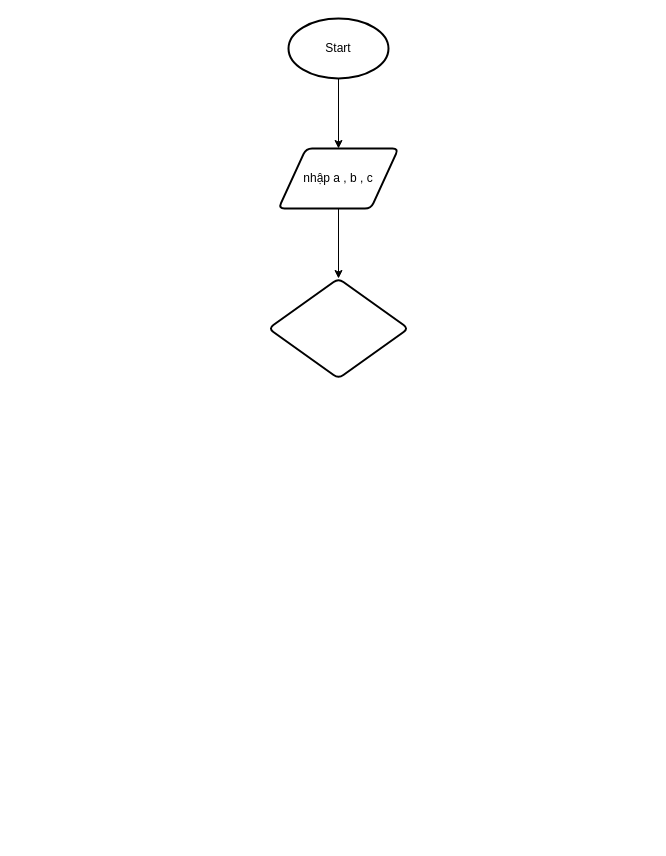
Earlier version of the draw.io diagram Session 1/Bài 7.drawio (asmr789/L-p-tri-nh-C). Source tidied: cells renumbered, new cells numbered last; positions are measured from the earlier drawing's top-left corner, leaving out a move shared by most shapes. Both pictures are drawn from the tidied source at 100%, with x=0, y=0 at pixel (268, 18).
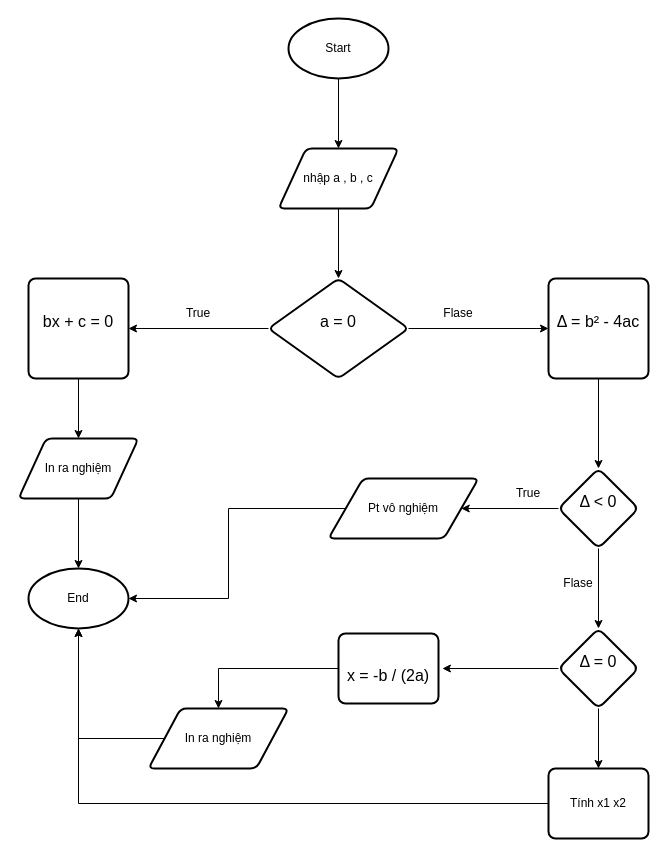
The same page after the edit.

What changed in the source:
```diff
@@
+    <mxCell id="7" style="edgeStyle=orthogonalEdgeStyle;rounded=0;jettySize=auto;html=1;entryX=1;entryY=0.5;entryDx=0;entryDy=0;" parent="1" edge="1" source="6" target="10">
+      <mxGeometry relative="1" as="geometry" />
+    </mxCell>
+    <mxCell id="8" style="edgeStyle=orthogonalEdgeStyle;rounded=0;jettySize=auto;html=1;" parent="1" edge="1" source="6" target="13">
+      <mxGeometry relative="1" as="geometry" />
+    </mxCell>
-    <mxCell id="6" style="rhombus;whiteSpace=wrap;html=1;strokeWidth=2;rounded=1;arcSize=12;" parent="1" vertex="1">
+    <mxCell id="6" value="&#10;&lt;span style=&quot;color: rgb(0, 0, 0); font-family: Arial, sans-serif; font-size: 16px; font-style: normal; font-variant-ligatures: normal; font-variant-caps: normal; font-weight: 400; letter-spacing: normal; orphans: 2; text-align: start; text-indent: 0px; text-transform: none; widows: 2; word-spacing: 0px; -webkit-text-stroke-width: 0px; white-space: pre-wrap; background-color: rgb(255, 255, 255); text-decoration-thickness: initial; text-decoration-style: initial; text-decoration-color: initial; display: inline !important; float: none;&quot;&gt;a = 0&lt;/span&gt;&#10;&#10;" style="rhombus;whiteSpace=wrap;html=1;strokeWidth=2;rounded=1;arcSize=12;" parent="1" vertex="1">
       <mxGeometry y="260" width="140" height="100" as="geometry" />
     </mxCell>
+    <mxCell id="9" style="edgeStyle=orthogonalEdgeStyle;rounded=0;jettySize=auto;html=1;" parent="1" edge="1" source="10" target="27">
+      <mxGeometry relative="1" as="geometry" />
+    </mxCell>
+    <mxCell id="10" value="&#10;&lt;span style=&quot;color: rgb(0, 0, 0); font-family: Arial, sans-serif; font-size: 16px; font-style: normal; font-variant-ligatures: normal; font-variant-caps: normal; font-weight: 400; letter-spacing: normal; orphans: 2; text-align: start; text-indent: 0px; text-transform: none; widows: 2; word-spacing: 0px; -webkit-text-stroke-width: 0px; white-space: pre-wrap; background-color: rgb(255, 255, 255); text-decoration-thickness: initial; text-decoration-style: initial; text-decoration-color: initial; display: inline !important; float: none;&quot;&gt;bx + c = 0&lt;/span&gt;&#10;&#10;" style="rounded=1;whiteSpace=wrap;html=1;absoluteArcSize=1;arcSize=14;strokeWidth=2;" parent="1" vertex="1">
+      <mxGeometry x="-240" y="260" width="100" height="100" as="geometry" />
+    </mxCell>
+    <mxCell id="11" value="True" style="text;html=1;align=center;verticalAlign=middle;whiteSpace=wrap;rounded=0;" parent="1" vertex="1">
+      <mxGeometry x="-100" y="280" width="60" height="30" as="geometry" />
+    </mxCell>
+    <mxCell id="12" style="edgeStyle=orthogonalEdgeStyle;rounded=0;jettySize=auto;html=1;" parent="1" edge="1" source="13" target="17">
+      <mxGeometry relative="1" as="geometry" />
+    </mxCell>
+    <mxCell id="13" value="&#10;&lt;span style=&quot;color: rgb(0, 0, 0); font-family: Arial, sans-serif; font-size: 16px; font-style: normal; font-variant-ligatures: normal; font-variant-caps: normal; font-weight: 400; letter-spacing: normal; orphans: 2; text-align: start; text-indent: 0px; text-transform: none; widows: 2; word-spacing: 0px; -webkit-text-stroke-width: 0px; white-space: pre-wrap; background-color: rgb(255, 255, 255); text-decoration-thickness: initial; text-decoration-style: initial; text-decoration-color: initial; display: inline !important; float: none;&quot;&gt;Δ = b² - 4ac&lt;/span&gt;&#10;&#10;" style="rounded=1;whiteSpace=wrap;html=1;absoluteArcSize=1;arcSize=14;strokeWidth=2;" parent="1" vertex="1">
+      <mxGeometry x="280" y="260" width="100" height="100" as="geometry" />
+    </mxCell>
+    <mxCell id="14" value="Flase" style="text;html=1;align=center;verticalAlign=middle;whiteSpace=wrap;rounded=0;" parent="1" vertex="1">
+      <mxGeometry x="160" y="280" width="60" height="30" as="geometry" />
+    </mxCell>
+    <mxCell id="15" style="edgeStyle=orthogonalEdgeStyle;rounded=0;jettySize=auto;html=1;" parent="1" edge="1" source="17" target="18">
+      <mxGeometry relative="1" as="geometry" />
+    </mxCell>
+    <mxCell id="16" style="edgeStyle=orthogonalEdgeStyle;rounded=0;jettySize=auto;html=1;" parent="1" edge="1" source="17" target="22">
+      <mxGeometry relative="1" as="geometry" />
+    </mxCell>
+    <mxCell id="17" value="&#10;&lt;span style=&quot;color: rgb(0, 0, 0); font-family: Arial, sans-serif; font-size: 16px; font-style: normal; font-variant-ligatures: normal; font-variant-caps: normal; font-weight: 400; letter-spacing: normal; orphans: 2; text-align: start; text-indent: 0px; text-transform: none; widows: 2; word-spacing: 0px; -webkit-text-stroke-width: 0px; white-space: pre-wrap; background-color: rgb(255, 255, 255); text-decoration-thickness: initial; text-decoration-style: initial; text-decoration-color: initial; display: inline !important; float: none;&quot;&gt;Δ &amp;lt; 0&lt;/span&gt;&#10;&#10;" style="rhombus;whiteSpace=wrap;html=1;rounded=1;absoluteArcSize=1;arcSize=14;strokeWidth=2;" parent="1" vertex="1">
+      <mxGeometry x="290" y="450" width="80" height="80" as="geometry" />
+    </mxCell>
+    <mxCell id="18" value="Pt vô nghiệm" style="shape=parallelogram;html=1;strokeWidth=2;perimeter=parallelogramPerimeter;whiteSpace=wrap;rounded=1;arcSize=12;size=0.23;" parent="1" vertex="1">
+      <mxGeometry x="60" y="460" width="150" height="60" as="geometry" />
+    </mxCell>
+    <mxCell id="19" value="True" style="text;html=1;align=center;verticalAlign=middle;whiteSpace=wrap;rounded=0;" parent="1" vertex="1">
+      <mxGeometry x="230" y="460" width="60" height="30" as="geometry" />
+    </mxCell>
+    <mxCell id="20" style="edgeStyle=orthogonalEdgeStyle;rounded=0;jettySize=auto;html=1;entryX=1;entryY=0.5;entryDx=0;entryDy=0;" parent="1" edge="1" source="22">
+      <mxGeometry relative="1" as="geometry">
+        <mxPoint x="173.9" y="650" as="targetPoint" />
+      </mxGeometry>
+    </mxCell>
+    <mxCell id="21" style="edgeStyle=orthogonalEdgeStyle;rounded=0;jettySize=auto;html=1;entryX=0.5;entryY=0;entryDx=0;entryDy=0;" parent="1" edge="1" source="22" target="24">
+      <mxGeometry relative="1" as="geometry" />
+    </mxCell>
+    <mxCell id="22" value="&#10;&lt;span style=&quot;color: rgb(0, 0, 0); font-family: Arial, sans-serif; font-size: 16px; font-style: normal; font-variant-ligatures: normal; font-variant-caps: normal; font-weight: 400; letter-spacing: normal; orphans: 2; text-align: start; text-indent: 0px; text-transform: none; widows: 2; word-spacing: 0px; -webkit-text-stroke-width: 0px; white-space: pre-wrap; background-color: rgb(255, 255, 255); text-decoration-thickness: initial; text-decoration-style: initial; text-decoration-color: initial; display: inline !important; float: none;&quot;&gt;Δ = 0&lt;/span&gt;&#10;&#10;" style="rhombus;whiteSpace=wrap;html=1;rounded=1;absoluteArcSize=1;arcSize=14;strokeWidth=2;" parent="1" vertex="1">
+      <mxGeometry x="290" y="610" width="80" height="80" as="geometry" />
+    </mxCell>
+    <mxCell id="23" value="Flase" style="text;html=1;align=center;verticalAlign=middle;whiteSpace=wrap;rounded=0;" parent="1" vertex="1">
+      <mxGeometry x="280" y="550" width="60" height="30" as="geometry" />
+    </mxCell>
+    <mxCell id="24" value="Tính x1 x2" style="rounded=1;whiteSpace=wrap;html=1;absoluteArcSize=1;arcSize=14;strokeWidth=2;" parent="1" vertex="1">
+      <mxGeometry x="280" y="750" width="100" height="70" as="geometry" />
+    </mxCell>
+    <mxCell id="25" value="End" style="strokeWidth=2;html=1;shape=mxgraph.flowchart.start_1;whiteSpace=wrap;" parent="1" vertex="1">
+      <mxGeometry x="-240" y="550" width="100" height="60" as="geometry" />
+    </mxCell>
+    <mxCell id="26" style="edgeStyle=orthogonalEdgeStyle;rounded=0;jettySize=auto;html=1;" parent="1" edge="1" source="27" target="25">
+      <mxGeometry relative="1" as="geometry" />
+    </mxCell>
+    <mxCell id="27" value="In ra nghiệm" style="shape=parallelogram;html=1;strokeWidth=2;perimeter=parallelogramPerimeter;whiteSpace=wrap;rounded=1;arcSize=12;size=0.23;" parent="1" vertex="1">
+      <mxGeometry x="-250" y="420" width="120" height="60" as="geometry" />
+    </mxCell>
+    <mxCell id="28" style="edgeStyle=orthogonalEdgeStyle;rounded=0;jettySize=auto;html=1;entryX=1;entryY=0.5;entryDx=0;entryDy=0;entryPerimeter=0;" parent="1" edge="1" source="18" target="25">
+      <mxGeometry relative="1" as="geometry" />
+    </mxCell>
+    <mxCell id="29" style="edgeStyle=orthogonalEdgeStyle;rounded=0;jettySize=auto;html=1;entryX=0.5;entryY=1;entryDx=0;entryDy=0;entryPerimeter=0;" parent="1" edge="1" source="24" target="25">
+      <mxGeometry relative="1" as="geometry" />
+    </mxCell>
+    <mxCell id="30" style="edgeStyle=orthogonalEdgeStyle;rounded=0;jettySize=auto;html=1;entryX=0.5;entryY=0;entryDx=0;entryDy=0;" parent="1" edge="1" source="31" target="32">
+      <mxGeometry relative="1" as="geometry" />
+    </mxCell>
+    <mxCell id="31" value="&lt;br&gt;&lt;span style=&quot;color: rgb(0, 0, 0); white-space-collapse: preserve; font-family: Arial, sans-serif; font-size: 16px; text-align: start; background-color: rgb(255, 255, 255); float: none; display: inline !important;&quot;&gt;x = -b / (2a)&lt;/span&gt;" style="rounded=1;whiteSpace=wrap;html=1;absoluteArcSize=1;arcSize=14;strokeWidth=2;" parent="1" vertex="1">
+      <mxGeometry x="70" y="615" width="100" height="70" as="geometry" />
+    </mxCell>
+    <mxCell id="32" value="In ra nghiệm" style="shape=parallelogram;html=1;strokeWidth=2;perimeter=parallelogramPerimeter;whiteSpace=wrap;rounded=1;arcSize=12;size=0.23;" parent="1" vertex="1">
+      <mxGeometry x="-120" y="690" width="140" height="60" as="geometry" />
+    </mxCell>
+    <mxCell id="33" style="edgeStyle=orthogonalEdgeStyle;rounded=0;jettySize=auto;html=1;entryX=0.5;entryY=1;entryDx=0;entryDy=0;entryPerimeter=0;" parent="1" edge="1" source="32" target="25">
+      <mxGeometry relative="1" as="geometry" />
+    </mxCell>
```
